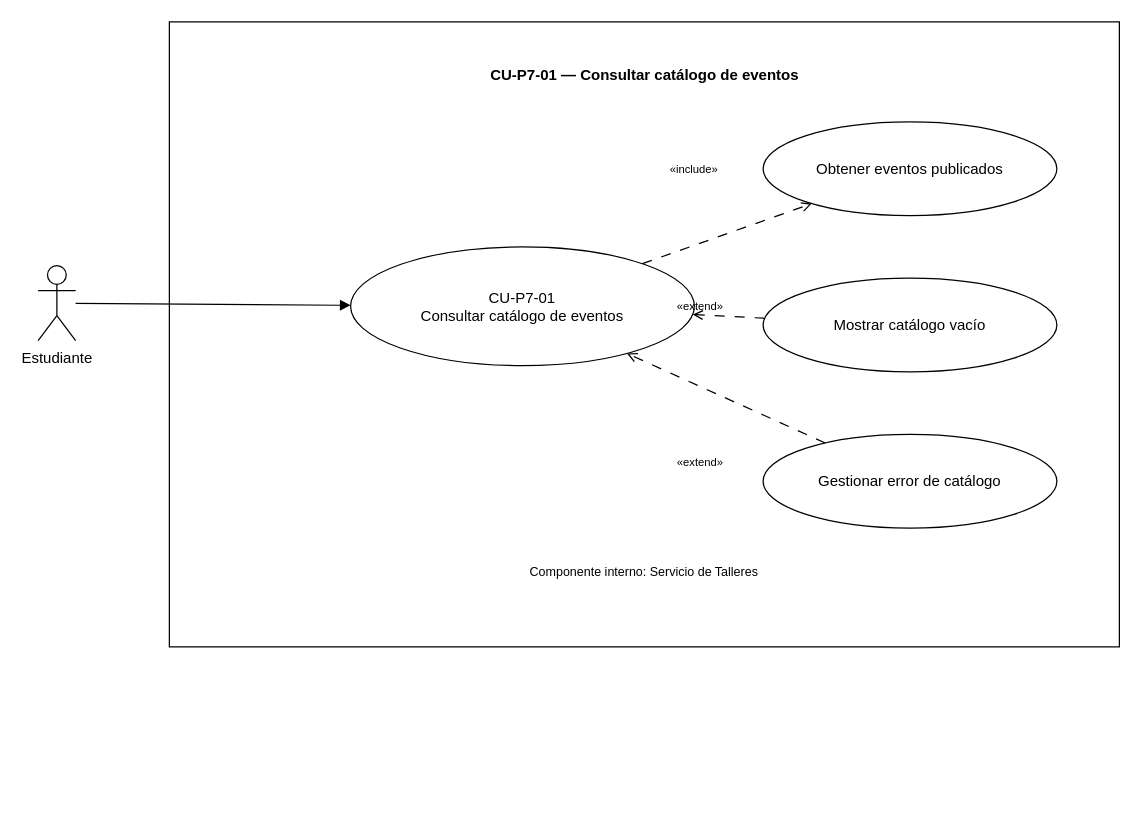
Above: Documentacion/Practica7/CDU/CDU_Expandido_CUP7_01_202307691.drawio in thanya-gate/SA_PROYECTO_202307691 (draw.io), before the change. Source tidied: cells renumbered, new cells numbered last; positions are measured from the earlier drawing's top-left corner, leaving out a move shared by most shapes. Both pictures are drawn from the tidied source at 125%, with x=0, y=0 at pixel (38, 21).
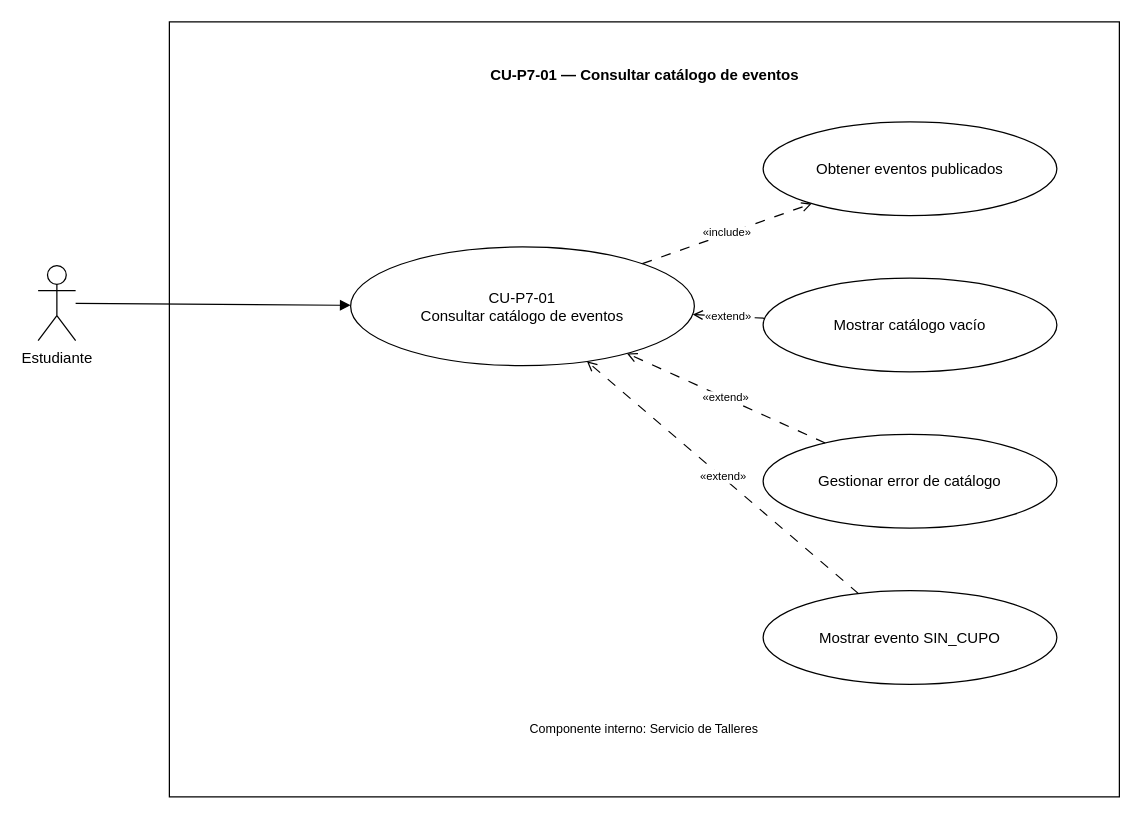
After the change.

Change to the diagram source:
```diff
@@
 <mxGraphModel>
   <root>
     <mxCell id="0" />
     <mxCell id="1" parent="0" />
     <mxCell id="2" style="html=1;whiteSpace=wrap;" parent="1" vertex="1">
-      <mxGeometry x="105" width="760" height="500" as="geometry" />
+      <mxGeometry x="105" width="760" height="620" as="geometry" />
     </mxCell>
     <mxCell id="3" value="CU-P7-01 — Consultar catálogo de eventos" style="text;align=center;fontStyle=1;verticalAlign=middle;spacingLeft=3;spacingRight=3;strokeColor=none;html=1;" parent="1" vertex="1">
       <mxGeometry x="255" y="20" width="460" height="45" as="geometry" />
     </mxCell>
     <mxCell id="4" value="Estudiante" style="shape=umlActor;verticalLabelPosition=bottom;verticalAlign=top;html=1;" parent="1" vertex="1">
       <mxGeometry y="195" width="30" height="60" as="geometry" />
     </mxCell>
     <mxCell id="5" value="CU-P7-01&lt;br&gt;Consultar catálogo de eventos" style="ellipse;whiteSpace=wrap;html=1;" parent="1" vertex="1">
       <mxGeometry x="250" y="180" width="275" height="95" as="geometry" />
     </mxCell>
     <mxCell id="6" value="Obtener eventos publicados" style="ellipse;whiteSpace=wrap;html=1;" parent="1" vertex="1">
       <mxGeometry x="580" y="80" width="235" height="75" as="geometry" />
     </mxCell>
     <mxCell id="7" value="Mostrar catálogo vacío" style="ellipse;whiteSpace=wrap;html=1;" parent="1" vertex="1">
       <mxGeometry x="580" y="205" width="235" height="75" as="geometry" />
     </mxCell>
     <mxCell id="8" value="Gestionar error de catálogo" style="ellipse;whiteSpace=wrap;html=1;" parent="1" vertex="1">
       <mxGeometry x="580" y="330" width="235" height="75" as="geometry" />
     </mxCell>
+    <mxCell id="17" value="Mostrar evento SIN_CUPO" style="ellipse;whiteSpace=wrap;html=1;" parent="1" vertex="1">
+      <mxGeometry x="580" y="455" width="235" height="75" as="geometry" />
+    </mxCell>
     <mxCell id="9" style="rounded=0;jettySize=auto;html=1;endArrow=block;endFill=1;" parent="1" edge="1" source="4" target="5">
       <mxGeometry relative="1" as="geometry" />
     </mxCell>
-    <mxCell id="10" style="rounded=0;jettySize=auto;html=1;dashed=1;dashPattern=8 8;endArrow=open;endFill=0;" parent="1" edge="1" source="5" target="6">
+    <mxCell id="10" value="«include»" style="rounded=0;jettySize=auto;html=1;dashed=1;dashPattern=8 8;endArrow=open;endFill=0;fontSize=9;" parent="1" edge="1" source="5" target="6">
       <mxGeometry relative="1" as="geometry" />
     </mxCell>
-    <mxCell id="11" value="«include»" style="text;html=1;whiteSpace=wrap;strokeColor=none;fillColor=none;align=center;verticalAlign=middle;rounded=0;fontSize=9;" parent="1" vertex="1">
-      <mxGeometry x="480" y="105" width="90" height="25" as="geometry" />
-    </mxCell>
-    <mxCell id="12" style="rounded=0;jettySize=auto;html=1;dashed=1;dashPattern=8 8;endArrow=open;endFill=0;" parent="1" edge="1" source="7" target="5">
+    <mxCell id="12" value="«extend»" style="rounded=0;jettySize=auto;html=1;dashed=1;dashPattern=8 8;endArrow=open;endFill=0;fontSize=9;" parent="1" edge="1" source="7" target="5">
       <mxGeometry relative="1" as="geometry" />
     </mxCell>
-    <mxCell id="13" value="«extend»" style="text;html=1;whiteSpace=wrap;strokeColor=none;fillColor=none;align=center;verticalAlign=middle;rounded=0;fontSize=9;" parent="1" vertex="1">
-      <mxGeometry x="485" y="215" width="90" height="25" as="geometry" />
-    </mxCell>
-    <mxCell id="14" style="rounded=0;jettySize=auto;html=1;dashed=1;dashPattern=8 8;endArrow=open;endFill=0;" parent="1" edge="1" source="8" target="5">
+    <mxCell id="14" value="«extend»" style="rounded=0;jettySize=auto;html=1;dashed=1;dashPattern=8 8;endArrow=open;endFill=0;fontSize=9;" parent="1" edge="1" source="8" target="5">
       <mxGeometry relative="1" as="geometry" />
     </mxCell>
-    <mxCell id="15" value="«extend»" style="text;html=1;whiteSpace=wrap;strokeColor=none;fillColor=none;align=center;verticalAlign=middle;rounded=0;fontSize=9;" parent="1" vertex="1">
-      <mxGeometry x="485" y="340" width="90" height="25" as="geometry" />
-    </mxCell>
+    <mxCell id="18" value="«extend»" style="rounded=0;jettySize=auto;html=1;dashed=1;dashPattern=8 8;endArrow=open;endFill=0;fontSize=9;" parent="1" edge="1" source="17" target="5">
+      <mxGeometry relative="1" as="geometry" />
+    </mxCell>
     <mxCell id="16" value="Componente interno: Servicio de Talleres" style="text;html=1;whiteSpace=wrap;strokeColor=none;fillColor=none;align=center;verticalAlign=middle;rounded=0;fontSize=10;" parent="1" vertex="1">
-      <mxGeometry x="275" y="425" width="420" height="30" as="geometry" />
+      <mxGeometry x="275" y="550" width="420" height="30" as="geometry" />
     </mxCell>
   </root>
 </mxGraphModel>
```
